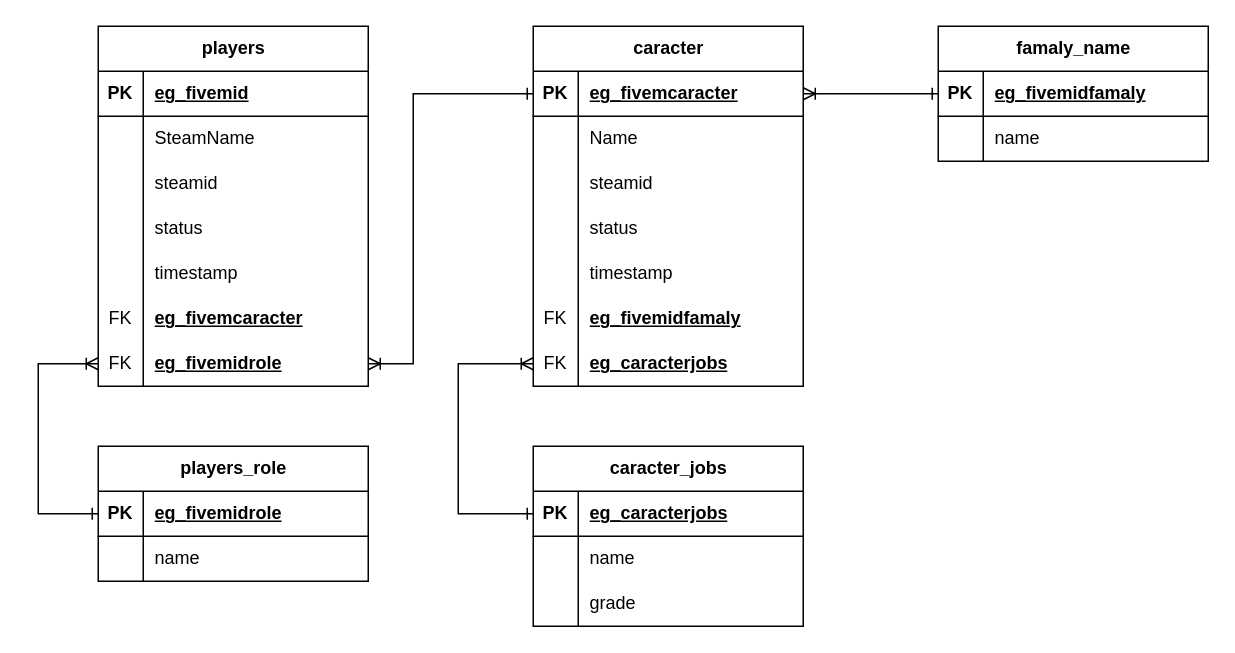
Above: EGSolutions/Designs/Diagrams/FivemDatabase.drawio in Fevereiro2/Docs (draw.io), before the change. Source tidied: cells renumbered, new cells numbered last; positions are measured from the earlier drawing's top-left corner, leaving out a move shared by most shapes. Both pictures are drawn from the tidied source at 150%, with x=0, y=0 at pixel (38, 26).
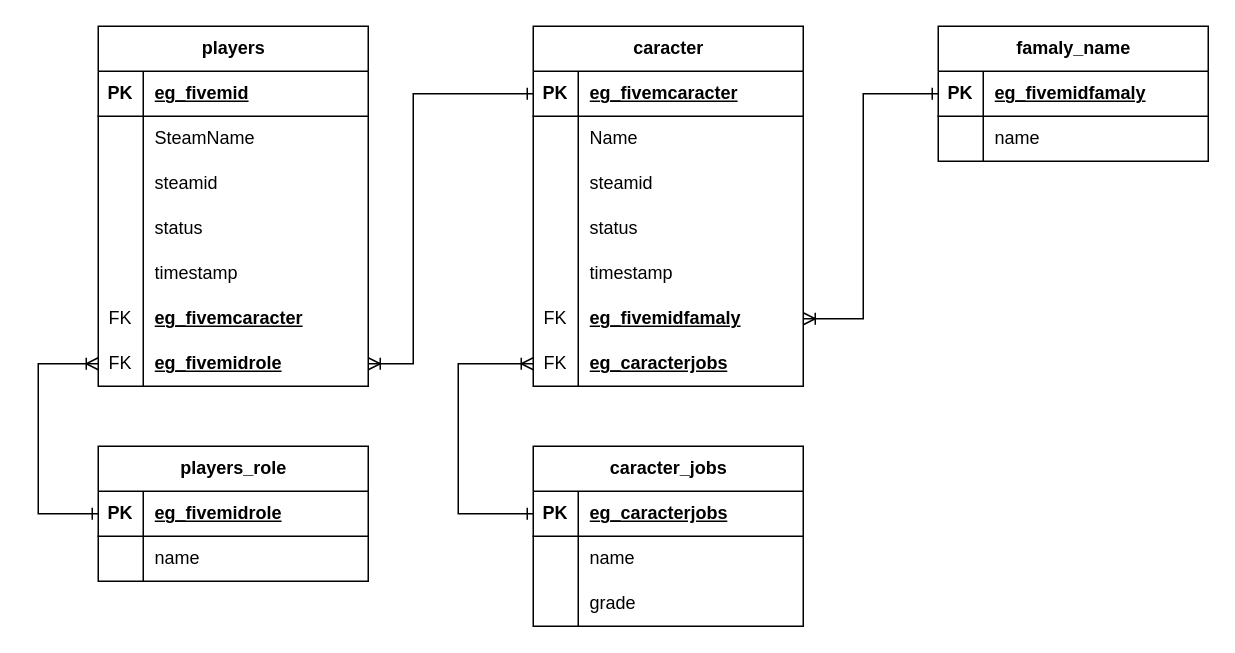
After the change.

The change refers to these unchanged cells:
```xml
<mxCell id="25" style="shape=tableRow;horizontal=0;startSize=0;swimlaneHead=0;swimlaneBody=0;fillColor=none;points=[[0,0.5],[1,0.5]];portConstraint=eastwest;top=0;left=0;right=0;bottom=1;" parent="24" vertex="1">
  <mxGeometry y="30" width="180" height="30" as="geometry" />
</mxCell>
<mxCell id="40" style="shape=tableRow;horizontal=0;startSize=0;swimlaneHead=0;swimlaneBody=0;fillColor=none;points=[[0,0.5],[1,0.5]];portConstraint=eastwest;top=0;left=0;right=0;bottom=0;" parent="24" vertex="1">
  <mxGeometry y="180" width="180" height="30" as="geometry" />
</mxCell>
<mxCell id="46" value="famaly_name" style="shape=table;startSize=30;childLayout=tableLayout;rowLines=0;fontStyle=1;align=center;html=1;" parent="1" vertex="1">
  <mxGeometry x="600" width="180" height="90" as="geometry" />
</mxCell>
```

Change to the diagram source:
```diff
@@
-    <mxCell id="53" style="endArrow=ERone;html=1;rounded=0;entryX=0;entryY=0.5;entryDx=0;entryDy=0;exitX=1;exitY=0.5;exitDx=0;exitDy=0;startArrow=ERoneToMany;startFill=0;endFill=0;" parent="1" edge="1" source="25" target="46">
-      <mxGeometry relative="1" as="geometry" />
+    <mxCell id="53" style="endArrow=ERone;html=1;rounded=0;entryX=0;entryY=0.5;entryDx=0;entryDy=0;exitX=1;exitY=0.5;exitDx=0;exitDy=0;startArrow=ERoneToMany;startFill=0;endFill=0;" parent="1" edge="1" source="40" target="46">
+      <mxGeometry relative="1" as="geometry">
+        <Array as="points">
+          <mxPoint x="550" y="195" />
+          <mxPoint x="550" y="45" />
+        </Array>
+      </mxGeometry>
     </mxCell>
```
